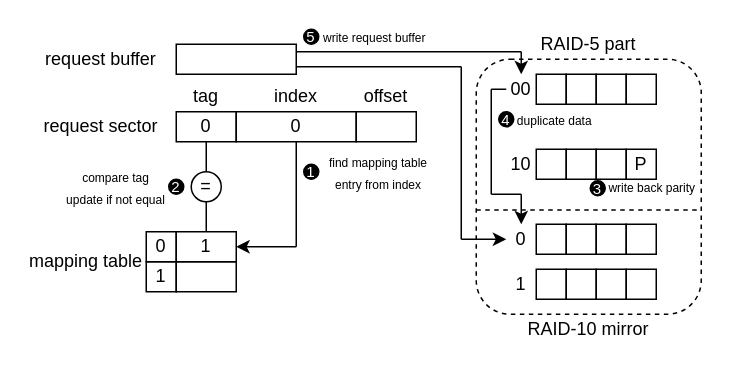
Icarusradio/Pictures keeps this draw.io diagram as expandRAID/write-conflict.drawio. Above is the earlier version. Source tidied: cells renumbered, new cells numbered last; positions are measured from the earlier drawing's top-left corner, leaving out a move shared by most shapes. Both pictures are drawn from the tidied source at 150%, with x=0, y=0 at pixel (26, 28).
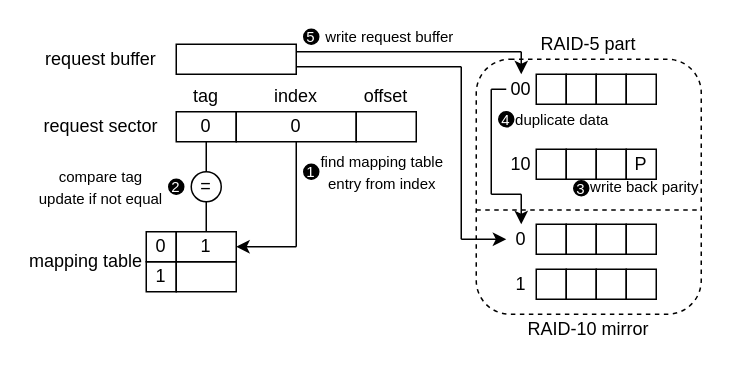
Above is the later version.

The edit, as a diff of the source:
```diff
@@
     <mxCell id="53" value="&lt;font style=&quot;font-size: 10px;&quot; color=&quot;#ffffff&quot;&gt;3&lt;/font&gt;" style="ellipse;whiteSpace=wrap;html=1;fillColor=#000000;" parent="1" vertex="1">
-      <mxGeometry x="376" y="101" width="10" height="10" as="geometry" />
+      <mxGeometry x="365" y="101" width="10" height="10" as="geometry" />
     </mxCell>
@@
-    <mxCell id="57" value="&lt;font style=&quot;font-size: 8px;&quot;&gt;find mapping table entry from index&lt;/font&gt;" style="rounded=0;whiteSpace=wrap;html=1;fillColor=none;strokeColor=none;" parent="1" vertex="1">
-      <mxGeometry x="195" y="85" width="80" height="20" as="geometry" />
+    <mxCell id="57" value="&lt;font style=&quot;font-size: 10px;&quot;&gt;find mapping table entry from index&lt;/font&gt;" style="rounded=0;whiteSpace=wrap;html=1;fillColor=none;strokeColor=none;" parent="1" vertex="1">
+      <mxGeometry x="195" y="85" width="85" height="20" as="geometry" />
     </mxCell>
-    <mxCell id="58" value="&lt;font style=&quot;font-size: 8px;&quot;&gt;compare tag&lt;/font&gt;&lt;div&gt;&lt;font style=&quot;font-size: 8px;&quot;&gt;update if not equal&lt;/font&gt;&lt;/div&gt;" style="rounded=0;whiteSpace=wrap;html=1;fillColor=none;strokeColor=none;" parent="1" vertex="1">
-      <mxGeometry x="20" y="95" width="80" height="20" as="geometry" />
+    <mxCell id="58" value="&lt;font style=&quot;font-size: 10px;&quot;&gt;compare tag&lt;/font&gt;&lt;div&gt;&lt;font style=&quot;font-size: 10px;&quot;&gt;update if not equal&lt;/font&gt;&lt;/div&gt;" style="rounded=0;whiteSpace=wrap;html=1;fillColor=none;strokeColor=none;" parent="1" vertex="1">
+      <mxGeometry x="5" y="95" width="90" height="20" as="geometry" />
     </mxCell>
-    <mxCell id="59" value="&lt;font style=&quot;font-size: 8px;&quot;&gt;write back parity&lt;/font&gt;" style="rounded=0;whiteSpace=wrap;html=1;fillColor=none;strokeColor=none;" parent="1" vertex="1">
-      <mxGeometry x="385" y="100" width="65" height="10" as="geometry" />
+    <mxCell id="59" value="&lt;font style=&quot;font-size: 10px;&quot;&gt;write back parity&lt;/font&gt;" style="rounded=0;whiteSpace=wrap;html=1;fillColor=none;strokeColor=none;" parent="1" vertex="1">
+      <mxGeometry x="375" y="100" width="75" height="10" as="geometry" />
     </mxCell>
-    <mxCell id="60" value="&lt;font style=&quot;font-size: 8px;&quot;&gt;duplicate data&lt;/font&gt;" style="rounded=0;whiteSpace=wrap;html=1;fillColor=none;strokeColor=none;" parent="1" vertex="1">
-      <mxGeometry x="325" y="55" width="55" height="10" as="geometry" />
+    <mxCell id="60" value="&lt;font style=&quot;font-size: 10px;&quot;&gt;duplicate data&lt;/font&gt;" style="rounded=0;whiteSpace=wrap;html=1;fillColor=none;strokeColor=none;" parent="1" vertex="1">
+      <mxGeometry x="325" y="55" width="65" height="10" as="geometry" />
     </mxCell>
-    <mxCell id="61" value="&lt;font style=&quot;font-size: 8px;&quot;&gt;write request buffer&lt;/font&gt;" style="rounded=0;whiteSpace=wrap;html=1;fillColor=none;strokeColor=none;" parent="1" vertex="1">
-      <mxGeometry x="195" width="75" height="10" as="geometry" />
+    <mxCell id="61" value="&lt;font style=&quot;font-size: 10px;&quot;&gt;write request buffer&lt;/font&gt;" style="rounded=0;whiteSpace=wrap;html=1;fillColor=none;strokeColor=none;" parent="1" vertex="1">
+      <mxGeometry x="195" width="95" height="10" as="geometry" />
     </mxCell>
```
